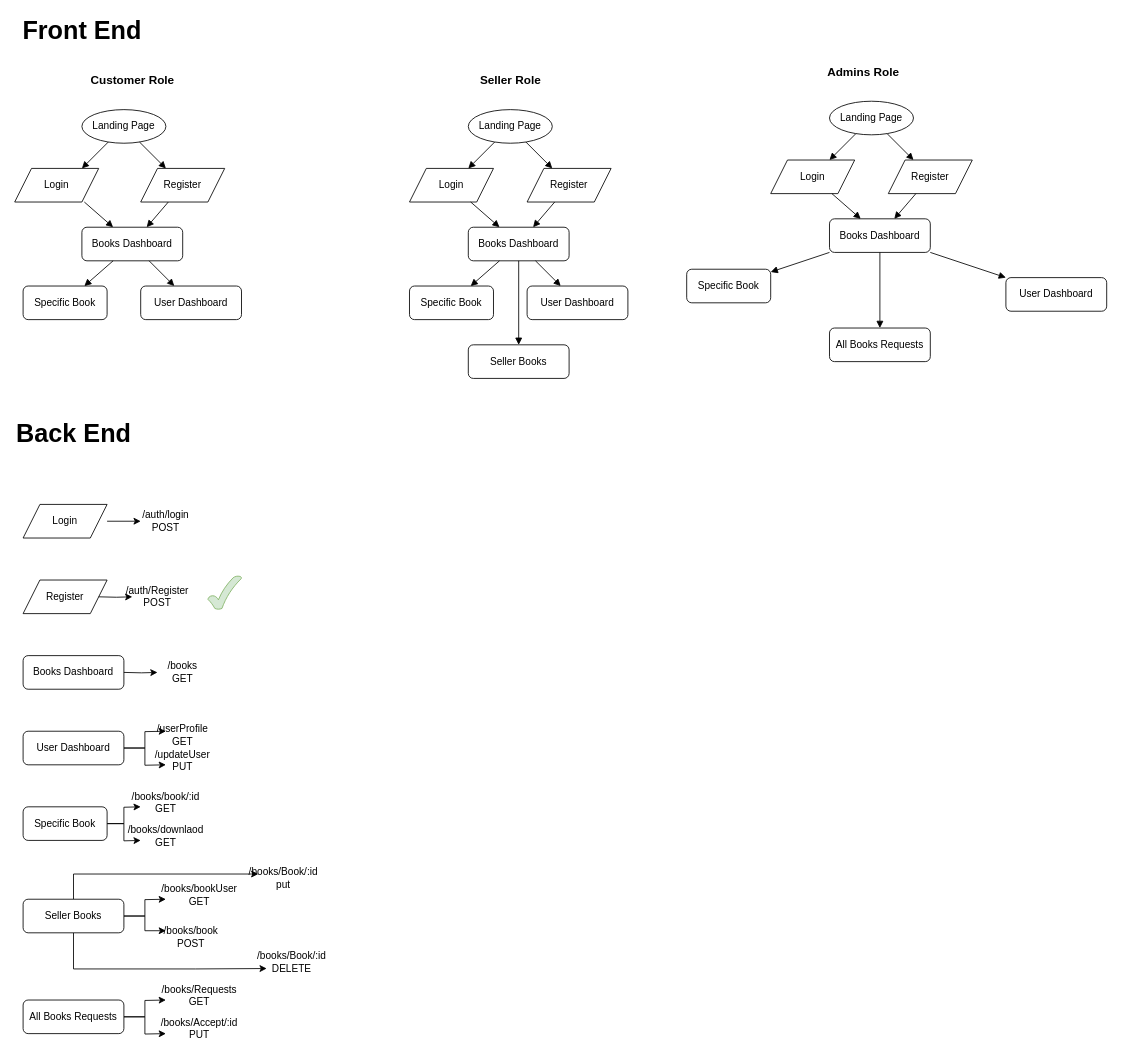
Before: bookMangmentDiagram.drawio in OmarAboelnaga121/Books-Mangment-Api, a draw.io diagram. Source tidied: cells renumbered, new cells numbered last; positions are measured from the earlier drawing's top-left corner, leaving out a move shared by most shapes. Both pictures are drawn from the tidied source at 84%, with x=0, y=0 at pixel (14, 17).
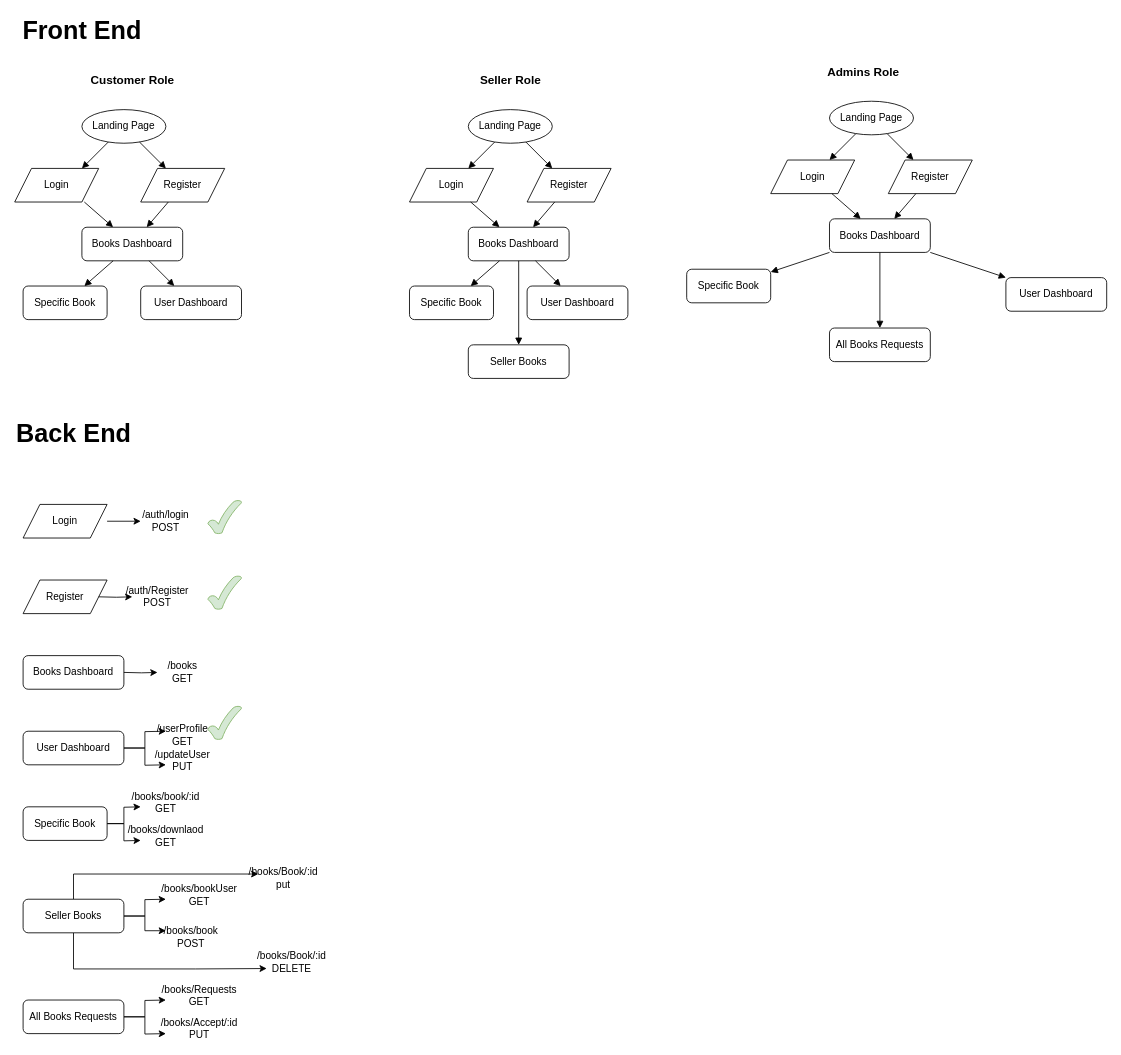
After the change.

Change to the diagram source:
```diff
@@
+    <mxCell id="81" style="verticalLabelPosition=bottom;verticalAlign=top;html=1;shape=mxgraph.basic.tick;fillColor=#d5e8d4;strokeColor=#82b366;" parent="1" vertex="1">
+      <mxGeometry x="230" y="575" width="40" height="40" as="geometry" />
+    </mxCell>
+    <mxCell id="82" style="verticalLabelPosition=bottom;verticalAlign=top;html=1;shape=mxgraph.basic.tick;fillColor=#d5e8d4;strokeColor=#82b366;" parent="1" vertex="1">
+      <mxGeometry x="230" y="820" width="40" height="40" as="geometry" />
+    </mxCell>
```
